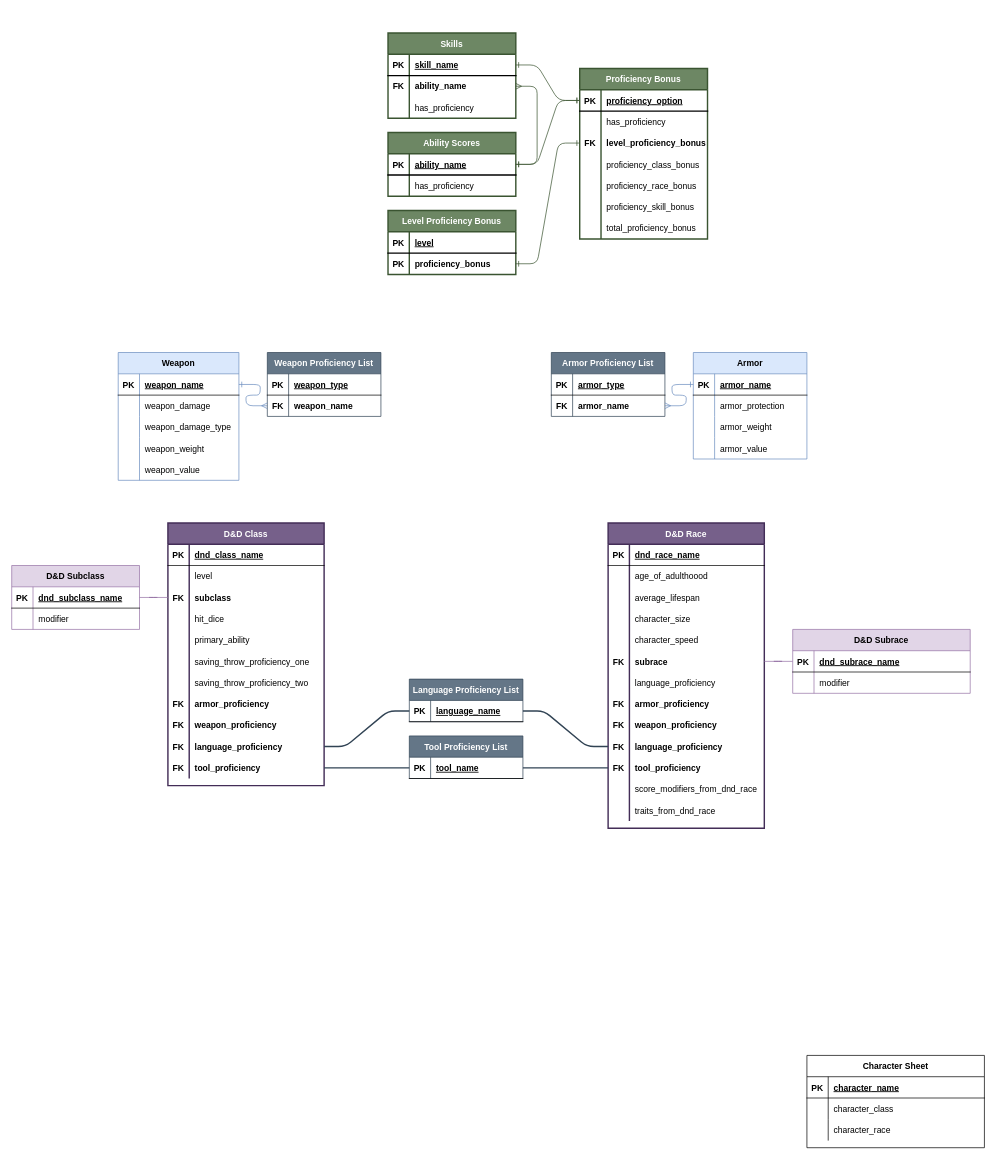
The draw.io diagram Entity Relation Diagram.drawio in kschuljak/PlayerCharacterBuilder, before the edit. Source tidied: cells renumbered, new cells numbered last; positions are measured from the earlier drawing's top-left corner, leaving out a move shared by most shapes. Both pictures are drawn from the tidied source at 71%, with x=0, y=0 at pixel (11, 33).
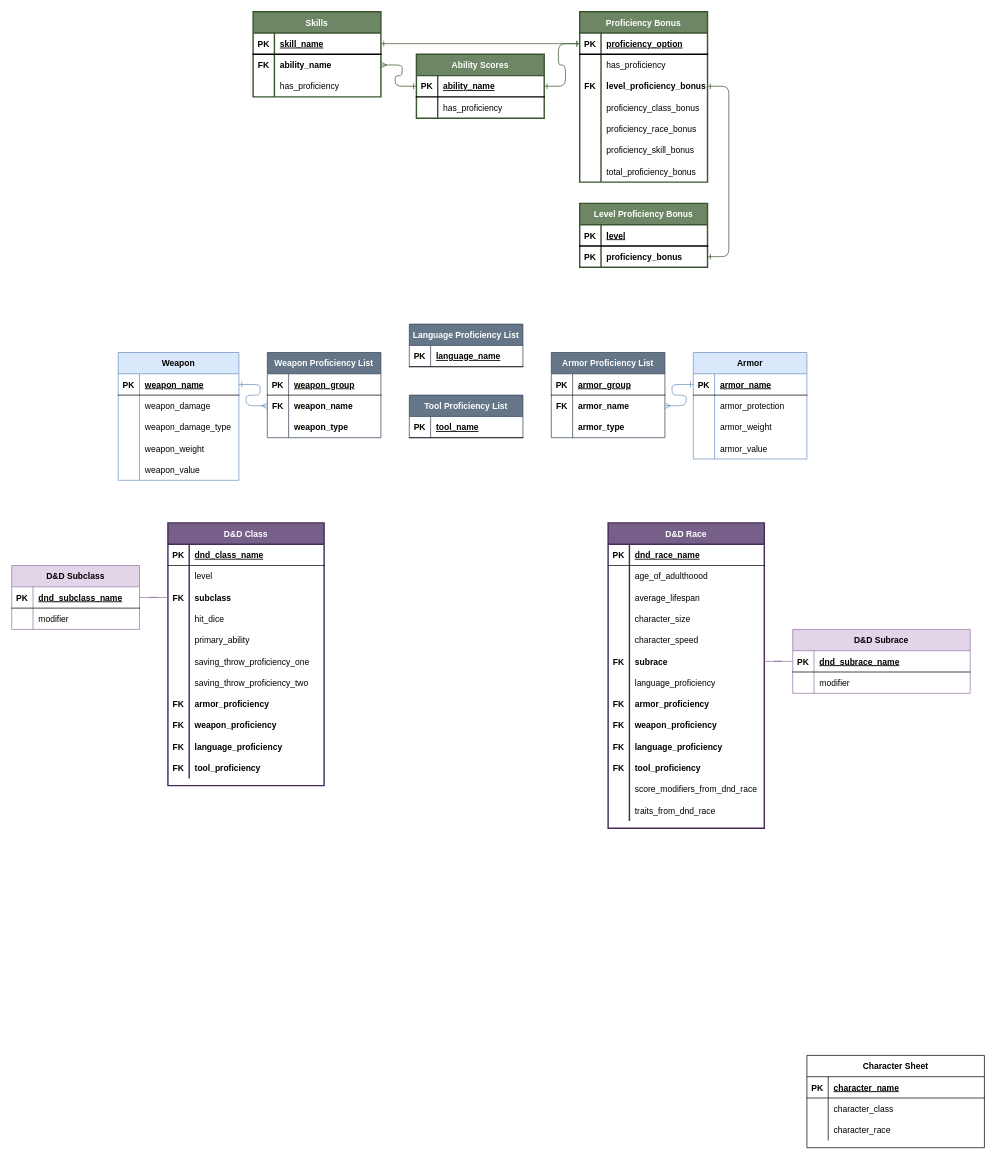
Above is the later version.

Unchanged cells that the change refers to:
```xml
<mxCell id="40" style="shape=partialRectangle;fillColor=none;points=[[0,0.5],[1,0.5]];portConstraint=eastwest;top=0;left=0;right=0;bottom=0;" parent="12" vertex="1">
  <mxGeometry y="300" width="220" height="30" as="geometry" />
</mxCell>
<mxCell id="43" style="shape=partialRectangle;fillColor=none;points=[[0,0.5],[1,0.5]];portConstraint=eastwest;top=0;left=0;right=0;bottom=0;" parent="12" vertex="1">
  <mxGeometry y="330" width="220" height="30" as="geometry" />
</mxCell>
<mxCell id="54" style="shape=tableRow;horizontal=0;startSize=0;swimlaneHead=0;swimlaneBody=0;fillColor=none;top=0;left=0;right=0;bottom=1;" parent="53" vertex="1">
  <mxGeometry y="30" width="160" height="30" as="geometry" />
</mxCell>
<mxCell id="88" style="shape=partialRectangle;fillColor=none;points=[[0,0.5],[1,0.5]];portConstraint=eastwest;top=0;left=0;right=0;bottom=0;" parent="60" vertex="1">
  <mxGeometry y="300" width="220" height="30" as="geometry" />
</mxCell>
<mxCell id="91" style="shape=partialRectangle;fillColor=none;points=[[0,0.5],[1,0.5]];portConstraint=eastwest;top=0;left=0;right=0;bottom=0;" parent="60" vertex="1">
  <mxGeometry y="330" width="220" height="30" as="geometry" />
</mxCell>
<mxCell id="109" style="shape=tableRow;horizontal=0;startSize=0;swimlaneHead=0;swimlaneBody=0;fillColor=none;points=[[0,0.5],[1,0.5]];portConstraint=eastwest;top=0;left=0;right=0;bottom=1;" parent="108" vertex="1">
  <mxGeometry y="30" width="160" height="30" as="geometry" />
</mxCell>
<mxCell id="113" style="shape=tableRow;horizontal=0;startSize=0;swimlaneHead=0;swimlaneBody=0;fillColor=none;points=[[0,0.5],[1,0.5]];portConstraint=eastwest;top=0;left=0;right=0;bottom=1;" parent="112" vertex="1">
  <mxGeometry y="30" width="160" height="30" as="geometry" />
</mxCell>
<mxCell id="134" style="shape=tableRow;horizontal=0;startSize=0;swimlaneHead=0;swimlaneBody=0;fillColor=none;top=0;left=0;right=0;bottom=1;" parent="133" vertex="1">
  <mxGeometry y="30" width="160" height="30" as="geometry" />
</mxCell>
```

The edit, as a diff of the source:
```diff
@@
     <mxCell id="53" value="Weapon Proficiency List" style="shape=table;startSize=30;childLayout=tableLayout;rowLines=0;fontStyle=1;align=center;fillColor=#647687;strokeColor=#314354;fontColor=#ffffff;" parent="1" vertex="1">
-      <mxGeometry x="360" y="450" width="160" height="90" as="geometry" />
+      <mxGeometry x="360" y="450" width="160" height="120" as="geometry" />
     </mxCell>
@@
-    <mxCell id="56" value="weapon_type" style="shape=partialRectangle;fillColor=none;top=0;left=0;bottom=0;right=0;align=left;spacingLeft=6;fontStyle=5;overflow=hidden;" parent="54" vertex="1">
+    <mxCell id="56" value="weapon_group" style="shape=partialRectangle;fillColor=none;top=0;left=0;bottom=0;right=0;align=left;spacingLeft=6;fontStyle=5;overflow=hidden;" parent="54" vertex="1">
       <mxGeometry x="30" width="130" height="30" as="geometry" />
     </mxCell>
@@
+    <mxCell id="209" style="shape=tableRow;horizontal=0;startSize=0;swimlaneHead=0;swimlaneBody=0;fillColor=none;top=0;left=0;right=0;bottom=0;" parent="53" vertex="1">
+      <mxGeometry y="90" width="160" height="30" as="geometry" />
+    </mxCell>
+    <mxCell id="210" style="shape=partialRectangle;fillColor=none;top=0;left=0;bottom=0;right=0;overflow=hidden;fontStyle=1;" parent="209" vertex="1">
+      <mxGeometry width="30" height="30" as="geometry" />
+    </mxCell>
+    <mxCell id="211" value="weapon_type" style="shape=partialRectangle;fillColor=none;top=0;left=0;bottom=0;right=0;align=left;spacingLeft=6;overflow=hidden;fontStyle=1;" parent="209" vertex="1">
+      <mxGeometry x="30" width="130" height="30" as="geometry" />
+    </mxCell>
@@
     <mxCell id="108" value="Language Proficiency List" style="shape=table;startSize=30;childLayout=tableLayout;rowLines=0;fontStyle=1;align=center;fillColor=#647687;strokeColor=#314354;fontColor=#ffffff;" parent="1" vertex="1">
-      <mxGeometry x="560" y="910" width="160" height="60" as="geometry" />
+      <mxGeometry x="560" y="410" width="160" height="60" as="geometry" />
     </mxCell>
@@
     <mxCell id="112" value="Tool Proficiency List" style="shape=table;startSize=30;childLayout=tableLayout;rowLines=0;fontStyle=1;align=center;fillColor=#647687;strokeColor=#314354;fontColor=#ffffff;" parent="1" vertex="1">
-      <mxGeometry x="560" y="990" width="160" height="60" as="geometry" />
+      <mxGeometry x="560" y="510" width="160" height="60" as="geometry" />
     </mxCell>
@@
-    <mxCell id="116" style="edgeStyle=entityRelationEdgeStyle;fontSize=12;html=1;endArrow=none;startArrow=none;fillColor=#647687;strokeColor=#314354;strokeWidth=2;rounded=1;startFill=0;endFill=0;" parent="1" edge="1" source="40" target="109">
-      <mxGeometry relative="1" as="geometry" />
-    </mxCell>
-    <mxCell id="117" style="edgeStyle=entityRelationEdgeStyle;fontSize=12;html=1;endArrow=none;startArrow=none;fillColor=#647687;strokeColor=#314354;strokeWidth=2;rounded=1;startFill=0;endFill=0;" parent="1" edge="1" source="43" target="113">
-      <mxGeometry relative="1" as="geometry" />
-    </mxCell>
-    <mxCell id="118" style="edgeStyle=entityRelationEdgeStyle;fontSize=12;html=1;endArrow=none;startArrow=none;fillColor=#647687;strokeColor=#314354;strokeWidth=2;rounded=1;startFill=0;endFill=0;" parent="1" edge="1" source="109" target="88">
-      <mxGeometry relative="1" as="geometry" />
-    </mxCell>
-    <mxCell id="119" style="edgeStyle=entityRelationEdgeStyle;fontSize=12;html=1;endArrow=none;startArrow=none;fillColor=#647687;strokeColor=#314354;strokeWidth=2;rounded=1;startFill=0;endFill=0;" parent="1" edge="1" source="113" target="91">
-      <mxGeometry relative="1" as="geometry" />
-    </mxCell>
@@
     <mxCell id="133" value="Armor Proficiency List" style="shape=table;startSize=30;childLayout=tableLayout;rowLines=0;fontStyle=1;align=center;fillColor=#647687;strokeColor=#314354;fontColor=#ffffff;" parent="1" vertex="1">
-      <mxGeometry x="760" y="450" width="160" height="90" as="geometry" />
+      <mxGeometry x="760" y="450" width="160" height="120" as="geometry" />
     </mxCell>
@@
-    <mxCell id="136" value="armor_type" style="shape=partialRectangle;fillColor=none;top=0;left=0;bottom=0;right=0;align=left;spacingLeft=6;fontStyle=5;overflow=hidden;" parent="134" vertex="1">
+    <mxCell id="136" value="armor_group" style="shape=partialRectangle;fillColor=none;top=0;left=0;bottom=0;right=0;align=left;spacingLeft=6;fontStyle=5;overflow=hidden;" parent="134" vertex="1">
       <mxGeometry x="30" width="130" height="30" as="geometry" />
     </mxCell>
@@
+    <mxCell id="212" style="shape=tableRow;horizontal=0;startSize=0;swimlaneHead=0;swimlaneBody=0;fillColor=none;top=0;left=0;right=0;bottom=0;" parent="133" vertex="1">
+      <mxGeometry y="90" width="160" height="30" as="geometry" />
+    </mxCell>
+    <mxCell id="213" style="shape=partialRectangle;fillColor=none;top=0;left=0;bottom=0;right=0;overflow=hidden;fontStyle=1;" parent="212" vertex="1">
+      <mxGeometry width="30" height="30" as="geometry" />
+    </mxCell>
+    <mxCell id="214" value="armor_type" style="shape=partialRectangle;fillColor=none;top=0;left=0;bottom=0;right=0;align=left;spacingLeft=6;overflow=hidden;fontStyle=1;" parent="212" vertex="1">
+      <mxGeometry x="30" width="130" height="30" as="geometry" />
+    </mxCell>
@@
     <mxCell id="159" value="Level Proficiency Bonus" style="shape=table;startSize=30;childLayout=tableLayout;rowLines=0;fontStyle=1;align=center;strokeWidth=2;fillColor=#6d8764;strokeColor=#3A5431;fontColor=#ffffff;" parent="1" vertex="1">
-      <mxGeometry x="530" y="250" width="180" height="90" as="geometry" />
+      <mxGeometry x="800" y="240" width="180" height="90" as="geometry" />
     </mxCell>
@@
     <mxCell id="166" value="Ability Scores" style="shape=table;startSize=30;childLayout=tableLayout;rowLines=0;fontStyle=1;align=center;strokeWidth=2;fillColor=#6d8764;fontColor=#ffffff;strokeColor=#3A5431;" parent="1" vertex="1">
-      <mxGeometry x="530" y="140" width="180" height="90" as="geometry" />
+      <mxGeometry x="570" y="30" width="180" height="90" as="geometry" />
     </mxCell>
@@
     <mxCell id="173" value="Skills" style="shape=table;startSize=30;childLayout=tableLayout;rowLines=0;fontStyle=1;align=center;strokeWidth=2;fillColor=#6d8764;fontColor=#ffffff;strokeColor=#3A5431;" parent="1" vertex="1">
-      <mxGeometry x="530" width="180" height="120" as="geometry" />
+      <mxGeometry x="340" y="-30" width="180" height="120" as="geometry" />
     </mxCell>
@@
     <mxCell id="183" value="Proficiency Bonus" style="shape=table;startSize=30;childLayout=tableLayout;rowLines=0;fontStyle=1;align=center;strokeWidth=2;fillColor=#6d8764;fontColor=#ffffff;strokeColor=#3A5431;" parent="1" vertex="1">
-      <mxGeometry x="800" y="50" width="180" height="240" as="geometry" />
+      <mxGeometry x="800" y="-30" width="180" height="240" as="geometry" />
     </mxCell>
```
